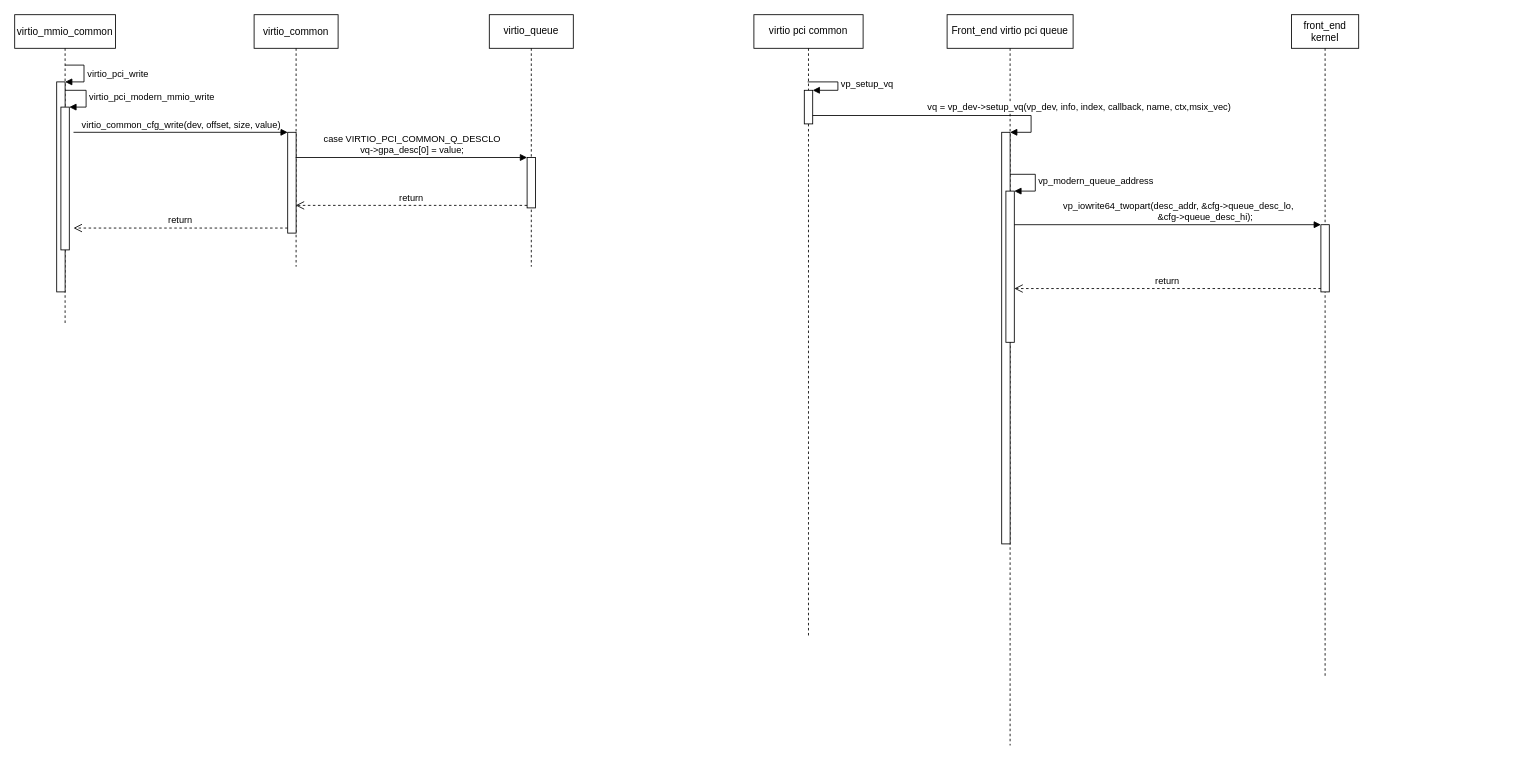
Earlier version of the draw.io diagram virtio_cfg.drawio (JannaiWu/Drawio). Source tidied: cells renumbered, new cells numbered last; positions are measured from the earlier drawing's top-left corner, leaving out a move shared by most shapes. Both pictures are drawn from the tidied source at 84%, with x=0, y=0 at pixel (14, 14).
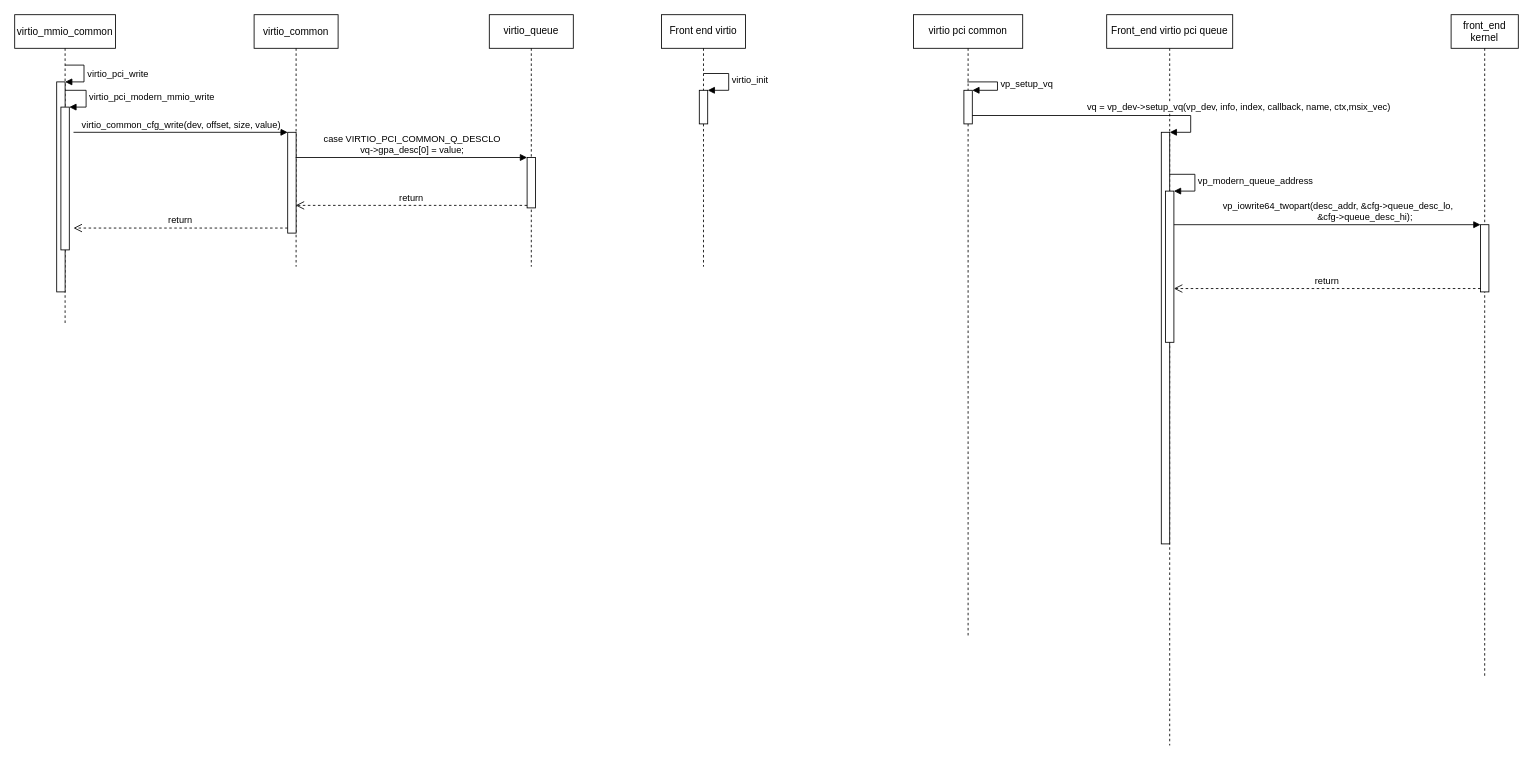
Above is the later version.

Unchanged cells that the change refers to:
```xml
<mxCell id="16" style="html=1;points=[];perimeter=orthogonalPerimeter;" parent="15" vertex="1">
  <mxGeometry x="65" y="140" width="10" height="490" as="geometry" />
</mxCell>
<mxCell id="20" style="html=1;points=[];perimeter=orthogonalPerimeter;" parent="19" vertex="1">
  <mxGeometry x="35" y="250" width="10" height="80" as="geometry" />
</mxCell>
```

What changed in the source:
```diff
@@
     <mxCell id="15" value="Front_end virtio pci queue" style="shape=umlLifeline;perimeter=lifelinePerimeter;whiteSpace=wrap;html=1;" parent="1" vertex="1">
-      <mxGeometry x="1110" width="150" height="870" as="geometry" />
+      <mxGeometry x="1300" width="150" height="870" as="geometry" />
     </mxCell>
@@
     <mxCell id="19" value="front_end kernel" style="shape=umlLifeline;perimeter=lifelinePerimeter;whiteSpace=wrap;html=1;" parent="1" vertex="1">
-      <mxGeometry x="1520" width="80" height="790" as="geometry" />
+      <mxGeometry x="1710" width="80" height="790" as="geometry" />
     </mxCell>
@@
     <mxCell id="21" value="&lt;div&gt;&lt;span style=&quot;font-size: 11px&quot;&gt;&amp;nbsp; &amp;nbsp; &amp;nbsp; &amp;nbsp; vp_iowrite64_twopart(desc_addr, &amp;amp;cfg-&amp;gt;queue_desc_lo,&lt;/span&gt;&lt;/div&gt;&lt;div&gt;&lt;span style=&quot;font-size: 11px&quot;&gt;&amp;nbsp; &amp;nbsp; &amp;nbsp; &amp;nbsp; &amp;nbsp; &amp;nbsp; &amp;nbsp; &amp;nbsp; &amp;nbsp; &amp;nbsp; &amp;nbsp; &amp;nbsp; &amp;nbsp; &amp;nbsp; &amp;nbsp;&amp;amp;cfg-&amp;gt;queue_desc_hi);&lt;/span&gt;&lt;/div&gt;" style="html=1;verticalAlign=bottom;endArrow=block;entryX=0;entryY=0;rounded=0;" parent="1" edge="1" target="20">
       <mxGeometry relative="1" as="geometry">
-        <mxPoint x="1190" y="250" as="sourcePoint" />
+        <mxPoint x="1380" y="250" as="sourcePoint" />
       </mxGeometry>
     </mxCell>
     <mxCell id="22" value="return" style="html=1;verticalAlign=bottom;endArrow=open;dashed=1;endSize=8;exitX=0;exitY=0.95;rounded=0;" parent="1" edge="1" source="20">
       <mxGeometry relative="1" as="geometry">
-        <mxPoint x="1190" y="326" as="targetPoint" />
+        <mxPoint x="1380" y="326" as="targetPoint" />
       </mxGeometry>
     </mxCell>
     <mxCell id="23" value="virtio pci common" style="shape=umlLifeline;perimeter=lifelinePerimeter;whiteSpace=wrap;html=1;" parent="1" vertex="1">
-      <mxGeometry x="880" width="130" height="740" as="geometry" />
+      <mxGeometry x="1070" width="130" height="740" as="geometry" />
     </mxCell>
@@
     <mxCell id="26" value="vq = vp_dev-&amp;gt;setup_vq(vp_dev, info, index, callback, name, ctx,msix_vec)" style="edgeStyle=orthogonalEdgeStyle;html=1;align=left;spacingLeft=2;endArrow=block;rounded=0;entryX=1;entryY=0;" parent="1" edge="1" target="16">
       <mxGeometry x="-0.13" y="10" relative="1" as="geometry">
-        <mxPoint x="950" y="120" as="sourcePoint" />
+        <mxPoint x="1140" y="120" as="sourcePoint" />
         <Array as="points">
-          <mxPoint x="1210" y="120" />
-          <mxPoint x="1210" y="140" />
+          <mxPoint x="1400" y="120" />
+          <mxPoint x="1400" y="140" />
         </Array>
       </mxGeometry>
     </mxCell>
+    <mxCell id="27" value="Front end virtio" style="shape=umlLifeline;perimeter=lifelinePerimeter;whiteSpace=wrap;html=1;" parent="1" vertex="1">
+      <mxGeometry x="770" width="100" height="300" as="geometry" />
+    </mxCell>
+    <mxCell id="28" style="html=1;points=[];perimeter=orthogonalPerimeter;" parent="27" vertex="1">
+      <mxGeometry x="45" y="90" width="10" height="40" as="geometry" />
+    </mxCell>
+    <mxCell id="29" value="virtio_init" style="edgeStyle=orthogonalEdgeStyle;html=1;align=left;spacingLeft=2;endArrow=block;rounded=0;entryX=1;entryY=0;" parent="27" edge="1" target="28">
+      <mxGeometry relative="1" as="geometry">
+        <mxPoint x="50" y="70" as="sourcePoint" />
+        <Array as="points">
+          <mxPoint x="80" y="70" />
+        </Array>
+      </mxGeometry>
+    </mxCell>
```
